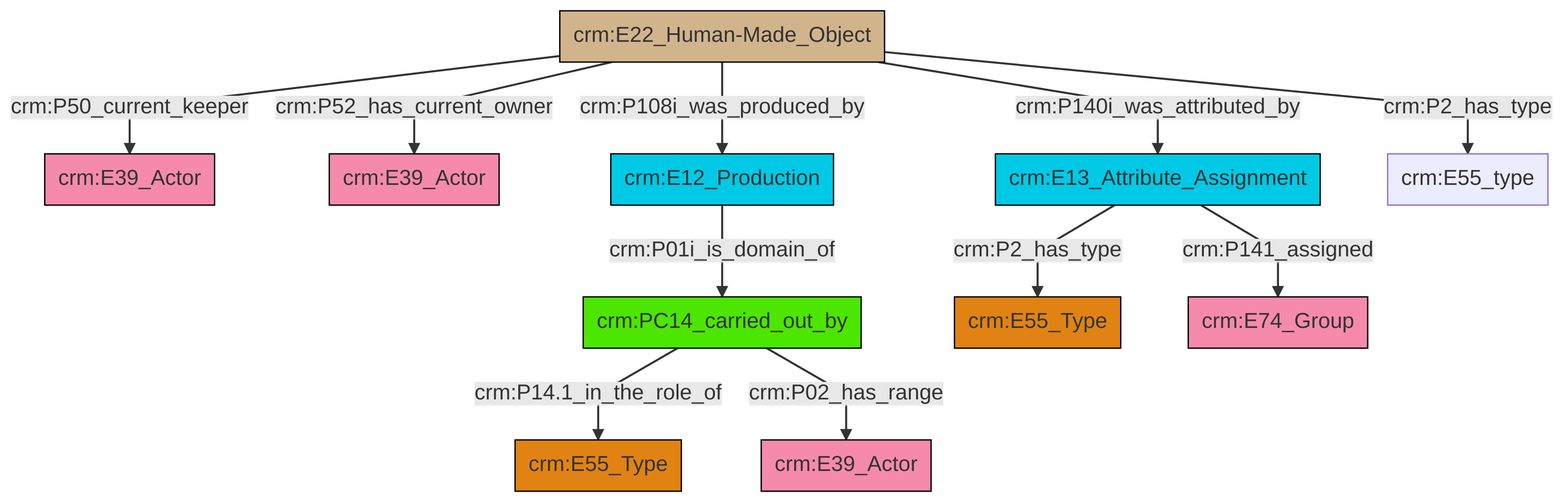
Earlier version of the Mermaid export et/artworkCSV/ttl/mmd/png/Artwork_Actor_Relations.png (swiss-art-research-net/docs.swissartresearch). Its source is kept beside it as et/artworkCSV/ttl/mmd/Artwork_Actor_Relations.ttl.mmd.
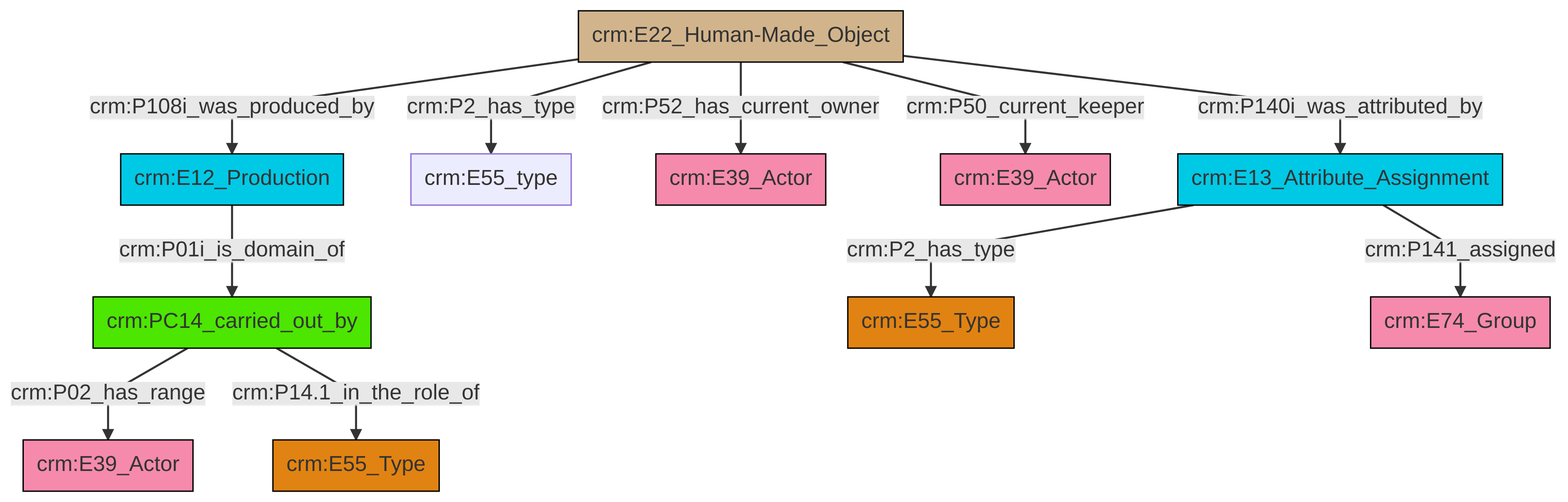
After the commit.

Change to the diagram source:
```diff
@@ -13,13 +13,13 @@
 classDef PC_Classes fill:#4ce600, stroke:#000000;
 classDef Multi fill:#cccccc,stroke:#000000;
 
-2["crm:PC14_carried_out_by"]:::PC_Classes -->|crm:P14.1_in_the_role_of| 3["crm:E55_Type"]:::Type
-6["crm:E22_Human-Made_Object"]:::Physical_Thing -->|crm:P52_has_current_owner| 7["crm:E39_Actor"]:::Actor
-2["crm:PC14_carried_out_by"]:::PC_Classes -->|crm:P02_has_range| 8["crm:E39_Actor"]:::Actor
-6["crm:E22_Human-Made_Object"]:::Physical_Thing -->|crm:P140i_was_attributed_by| 18["crm:E13_Attribute_Assignment"]:::Temporal_Entity
-6["crm:E22_Human-Made_Object"]:::Physical_Thing -->|crm:P2_has_type| 20["crm:E55_type"]:::Default
-18["crm:E13_Attribute_Assignment"]:::Temporal_Entity -->|crm:P141_assigned| 12["crm:E74_Group"]:::Actor
-18["crm:E13_Attribute_Assignment"]:::Temporal_Entity -->|crm:P2_has_type| 4["crm:E55_Type"]:::Type
-6["crm:E22_Human-Made_Object"]:::Physical_Thing -->|crm:P108i_was_produced_by| 14["crm:E12_Production"]:::Temporal_Entity
-14["crm:E12_Production"]:::Temporal_Entity -->|crm:P01i_is_domain_of| 2["crm:PC14_carried_out_by"]:::PC_Classes
-6["crm:E22_Human-Made_Object"]:::Physical_Thing -->|crm:P50_current_keeper| 0["crm:E39_Actor"]:::Actor
+0["crm:E12_Production"]:::Temporal_Entity -->|crm:P01i_is_domain_of| 1["crm:PC14_carried_out_by"]:::PC_Classes
+1["crm:PC14_carried_out_by"]:::PC_Classes -->|crm:P02_has_range| 4["crm:E39_Actor"]:::Actor
+6["crm:E22_Human-Made_Object"]:::Physical_Thing -->|crm:P108i_was_produced_by| 0["crm:E12_Production"]:::Temporal_Entity
+1["crm:PC14_carried_out_by"]:::PC_Classes -->|crm:P14.1_in_the_role_of| 19["crm:E55_Type"]:::Type
+6["crm:E22_Human-Made_Object"]:::Physical_Thing -->|crm:P2_has_type| 9["crm:E55_type"]:::Default
+6["crm:E22_Human-Made_Object"]:::Physical_Thing -->|crm:P50_current_keeper| 15["crm:E39_Actor"]:::Actor
+21["crm:E13_Attribute_Assignment"]:::Temporal_Entity -->|crm:P141_assigned| 17["crm:E74_Group"]:::Actor
+21["crm:E13_Attribute_Assignment"]:::Temporal_Entity -->|crm:P2_has_type| 2["crm:E55_Type"]:::Type
+6["crm:E22_Human-Made_Object"]:::Physical_Thing -->|crm:P140i_was_attributed_by| 21["crm:E13_Attribute_Assignment"]:::Temporal_Entity
+6["crm:E22_Human-Made_Object"]:::Physical_Thing -->|crm:P52_has_current_owner| 11["crm:E39_Actor"]:::Actor
```
